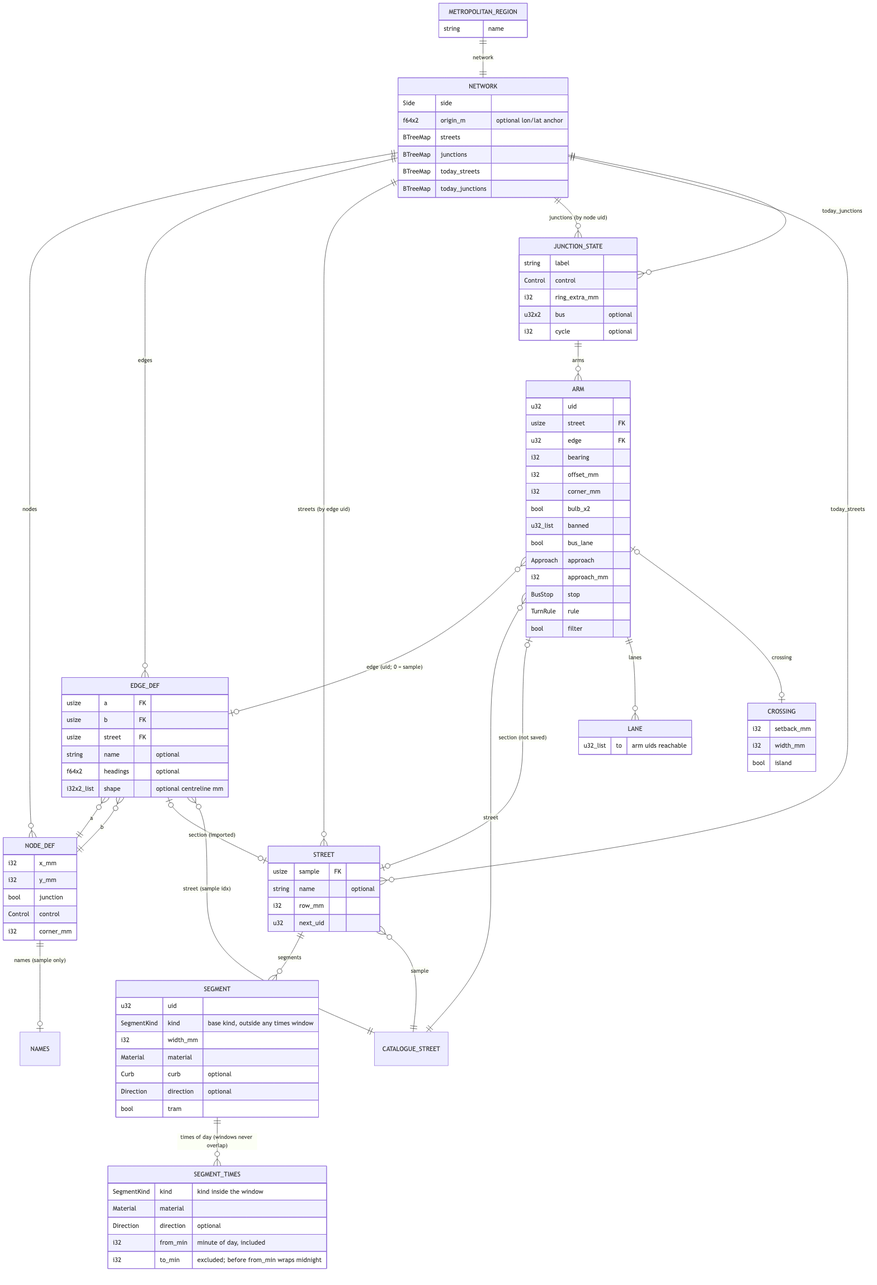
Earlier version of the Mermaid export docs/erd.png (alandovskis/cityloom). Its source is kept beside it as docs/erd.mmd.
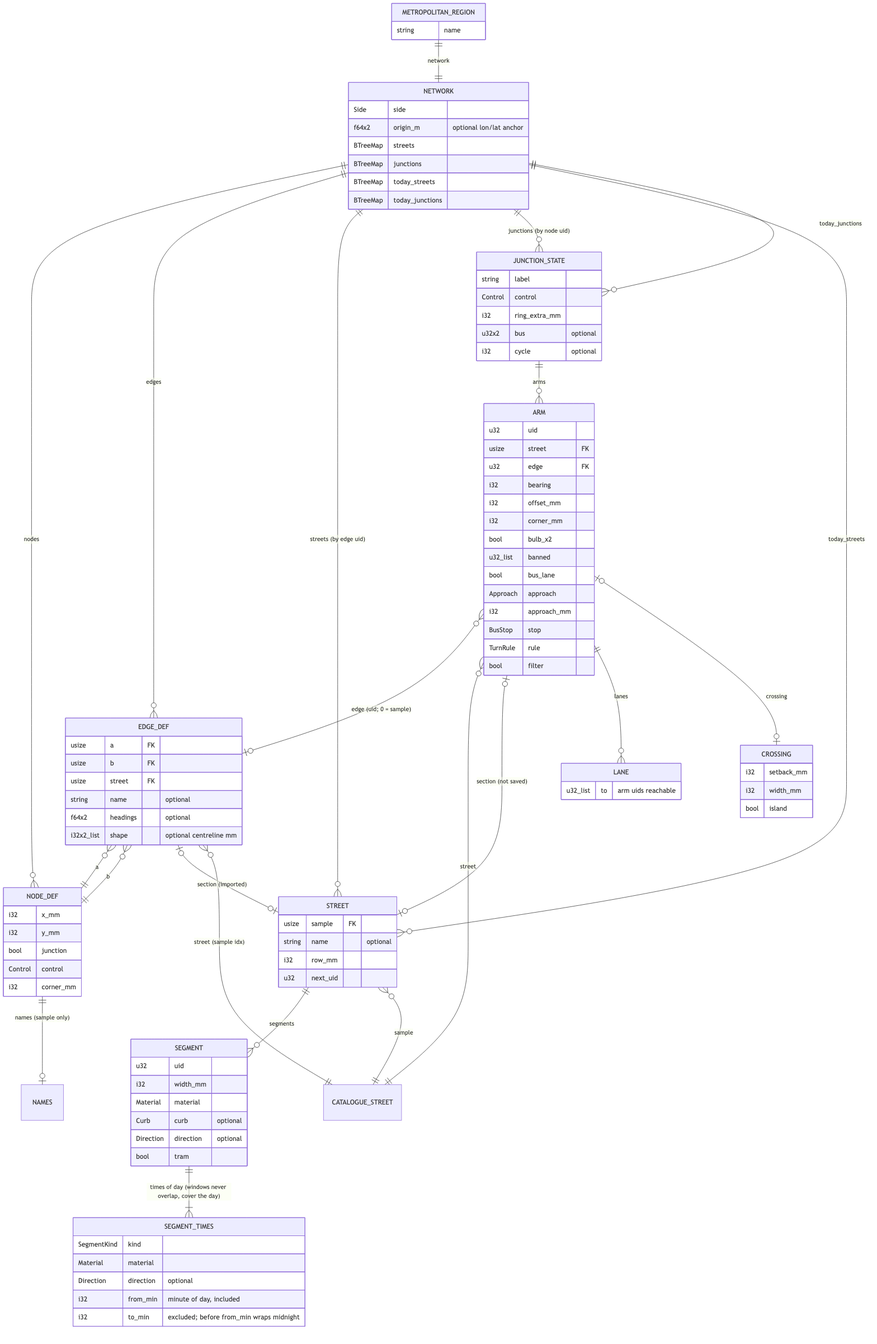
Above is the later version.

Commit message:
docs(erd): a segment has no base kind; its kind comes from its times

Change to the diagram source:
```diff
@@ -15,7 +15,7 @@
 
     STREET ||--o{ SEGMENT : segments
     STREET }o--|| CATALOGUE_STREET : "sample"
-    SEGMENT ||--o{ SEGMENT_TIMES : "times of day (windows never overlap)"
+    SEGMENT ||--|{ SEGMENT_TIMES : "times of day (windows never overlap, cover the day)"
 
     JUNCTION_STATE ||--o{ ARM : arms
     ARM }o--o| EDGE_DEF : "edge (uid; 0 = sample)"
@@ -58,7 +58,6 @@
     }
     SEGMENT {
         u32 uid
-        SegmentKind kind "base kind, outside any times window"
         i32 width_mm
         Material material
         Curb curb "optional"
@@ -66,7 +65,7 @@
         bool tram
     }
     SEGMENT_TIMES {
-        SegmentKind kind "kind inside the window"
+        SegmentKind kind
         Material material
         Direction direction "optional"
         i32 from_min "minute of day, included"
```
